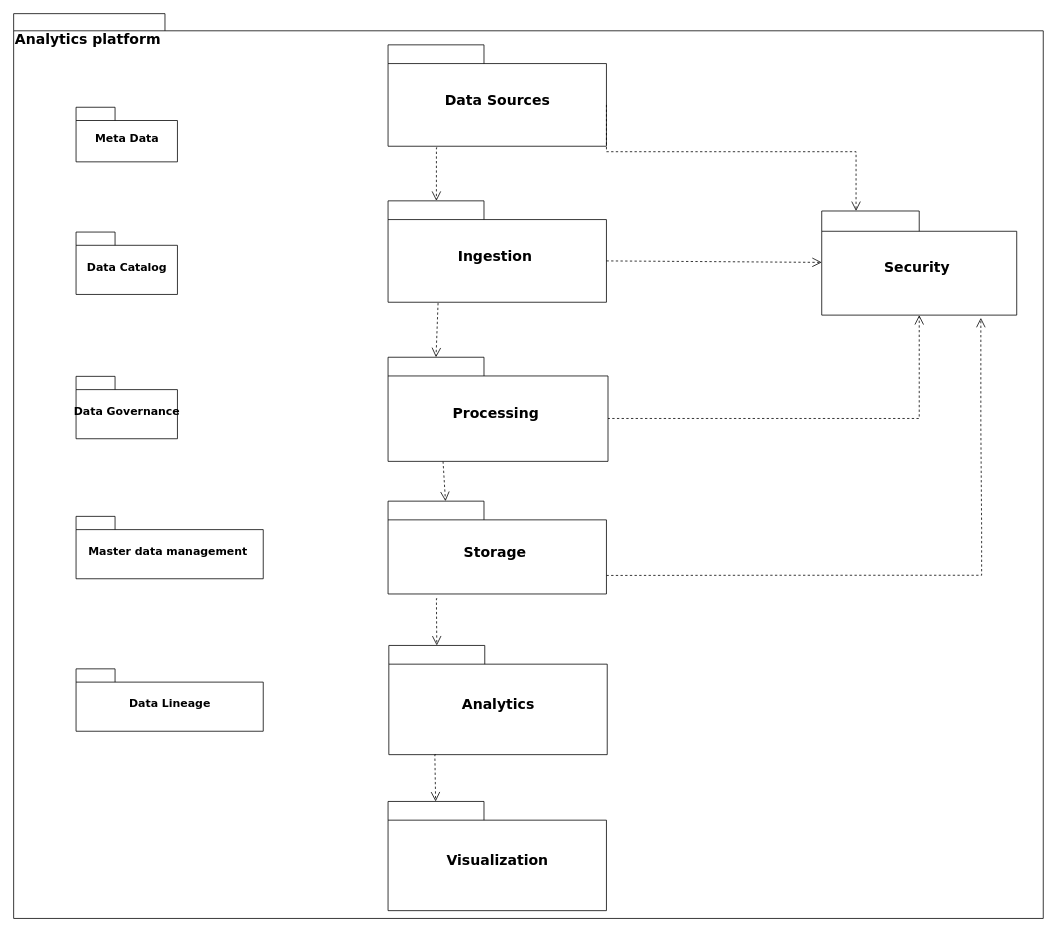
This is Capstone - TestGuru-Quizology.drawio from Swaraj-Bharti/softwarearchitectcert, a draw.io file, before an edit. Source tidied: cells renumbered, new cells numbered last; positions are measured from the earlier drawing's top-left corner, leaving out a move shared by most shapes. Both pictures are drawn from the tidied source at 78%, with x=0, y=0 at pixel (13, 13).
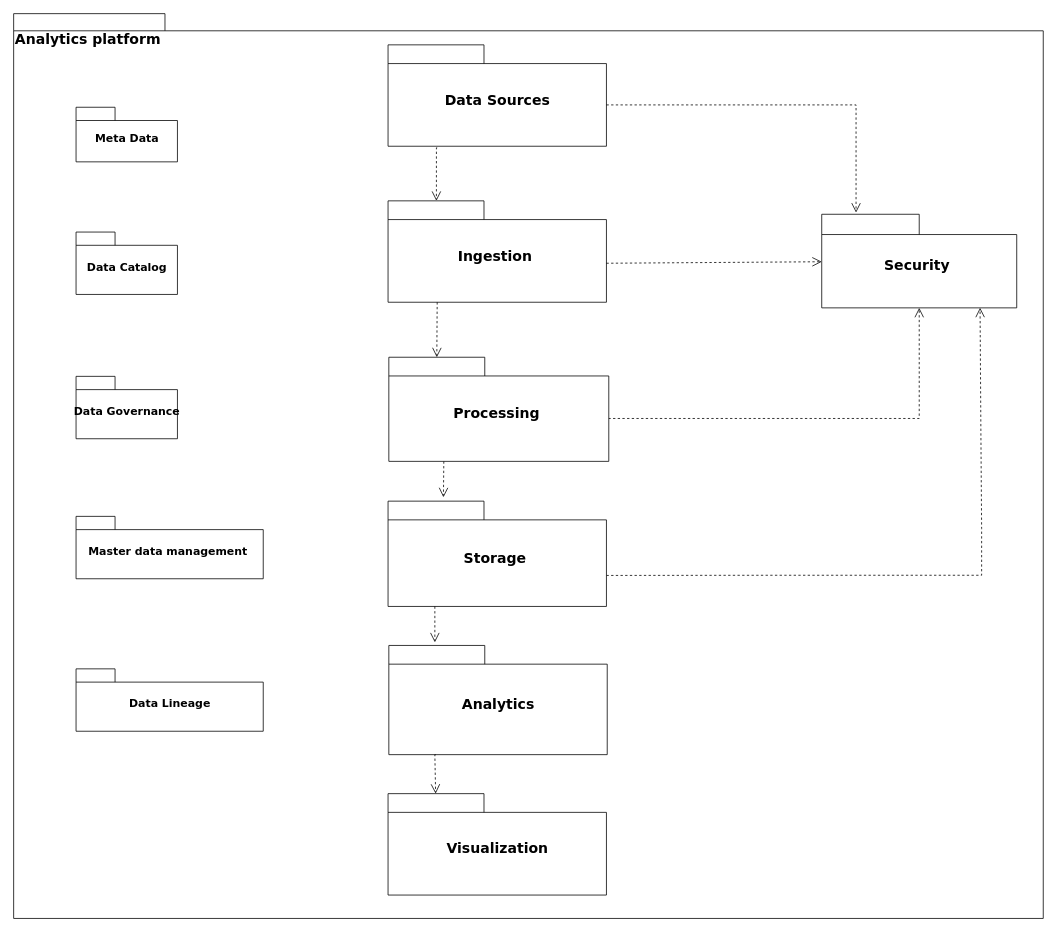
The same page after the edit.

The change refers to these unchanged cells:
```xml
<mxCell id="8" value="&lt;font style=&quot;font-size: 18px;&quot;&gt;Data Sources&lt;/font&gt;" style="shape=folder;fontStyle=1;spacingTop=10;tabWidth=123;tabHeight=24;tabPosition=left;html=1;rounded=0;shadow=0;comic=0;labelBackgroundColor=none;strokeWidth=1;fontFamily=Verdana;fontSize=10;align=center;" parent="7" vertex="1">
  <mxGeometry width="280" height="130" as="geometry" />
</mxCell>
<mxCell id="10" value="&lt;font style=&quot;font-size: 18px;&quot;&gt;Ingestion&amp;nbsp;&lt;/font&gt;" style="shape=folder;fontStyle=1;spacingTop=10;tabWidth=123;tabHeight=24;tabPosition=left;html=1;rounded=0;shadow=0;comic=0;labelBackgroundColor=none;strokeWidth=1;fontFamily=Verdana;fontSize=10;align=center;" parent="9" vertex="1">
  <mxGeometry width="280" height="130" as="geometry" />
</mxCell>
<mxCell id="24" value="&lt;font style=&quot;font-size: 18px;&quot;&gt;Analytics&lt;/font&gt;" style="shape=folder;fontStyle=1;spacingTop=10;tabWidth=123;tabHeight=24;tabPosition=left;html=1;rounded=0;shadow=0;comic=0;labelBackgroundColor=none;strokeWidth=1;fontFamily=Verdana;fontSize=10;align=center;" parent="1" vertex="1">
  <mxGeometry x="481" y="810" width="280" height="140" as="geometry" />
</mxCell>
```

Change to the diagram source:
```diff
@@
     <mxCell id="11" style="group;" parent="1" vertex="1">
-      <mxGeometry x="1036" y="304" width="250" height="133.5" as="geometry" />
+      <mxGeometry x="1036" y="303" width="250" height="120" as="geometry" />
     </mxCell>
     <mxCell id="12" style="group;" parent="11" vertex="1">
-      <mxGeometry y="-51" width="250" height="133.5" as="geometry" />
+      <mxGeometry y="-45.8" width="250" height="120" as="geometry" />
     </mxCell>
     <mxCell id="13" value="&lt;font style=&quot;font-size: 18px;&quot;&gt;Security&amp;nbsp;&lt;/font&gt;" style="shape=folder;fontStyle=1;spacingTop=10;tabWidth=125;tabHeight=26;tabPosition=left;html=1;rounded=0;shadow=0;comic=0;labelBackgroundColor=none;strokeWidth=1;fontFamily=Verdana;fontSize=10;align=center;" parent="12" vertex="1">
-      <mxGeometry width="250" height="133.5" as="geometry" />
+      <mxGeometry width="250" height="120" as="geometry" />
     </mxCell>
-    <mxCell id="14" style="edgeStyle=none;rounded=0;html=1;dashed=1;labelBackgroundColor=none;startFill=0;endArrow=open;endFill=0;endSize=10;fontFamily=Verdana;fontSize=10;exitX=0.25;exitY=1;exitDx=0;exitDy=0;exitPerimeter=0;entryX=0.263;entryY=0;entryDx=0;entryDy=0;entryPerimeter=0;" parent="1" edge="1" source="16" target="18">
-      <mxGeometry relative="1" as="geometry" />
+    <mxCell id="14" style="edgeStyle=none;rounded=0;html=1;dashed=1;labelBackgroundColor=none;startFill=0;endArrow=open;endFill=0;endSize=10;fontFamily=Verdana;fontSize=10;exitX=0.25;exitY=1;exitDx=0;exitDy=0;exitPerimeter=0;" parent="1" edge="1" source="16">
+      <mxGeometry relative="1" as="geometry">
+        <mxPoint x="551" y="620" as="targetPoint" />
+      </mxGeometry>
     </mxCell>
@@
     <mxCell id="16" value="&lt;font style=&quot;font-size: 18px;&quot;&gt;Processing&amp;nbsp;&lt;/font&gt;" style="shape=folder;fontStyle=1;spacingTop=10;tabWidth=123;tabHeight=24;tabPosition=left;html=1;rounded=0;shadow=0;comic=0;labelBackgroundColor=none;strokeColor=#000000;strokeWidth=1;fillColor=#ffffff;fontFamily=Verdana;fontSize=10;fontColor=#000000;align=center;" parent="1" vertex="1">
-      <mxGeometry x="480" y="440.5" width="282" height="133.5" as="geometry" />
+      <mxGeometry x="481" y="440.5" width="282" height="133.5" as="geometry" />
     </mxCell>
-    <mxCell id="17" style="edgeStyle=none;rounded=0;html=1;dashed=1;labelBackgroundColor=none;startFill=0;endArrow=open;endFill=0;endSize=10;fontFamily=Verdana;fontSize=10;exitX=0;exitY=0;exitDx=280;exitDy=95.25;exitPerimeter=0;" parent="1" edge="1" source="18">
+    <mxCell id="17" style="edgeStyle=none;rounded=0;html=1;dashed=1;labelBackgroundColor=none;startFill=0;endArrow=open;endFill=0;endSize=10;fontFamily=Verdana;fontSize=10;exitX=0;exitY=0;exitDx=280;exitDy=95.25;exitPerimeter=0;entryX=0.812;entryY=0.999;entryDx=0;entryDy=0;entryPerimeter=0;" parent="1" edge="1" source="18" target="13">
       <mxGeometry relative="1" as="geometry">
-        <mxPoint x="1240" y="390" as="targetPoint" />
         <Array as="points">
           <mxPoint x="981" y="720" />
           <mxPoint x="1201" y="720" />
           <mxPoint x="1241" y="720" />
           <mxPoint x="1241" y="660" />
           <mxPoint x="1240" y="530" />
         </Array>
       </mxGeometry>
     </mxCell>
     <mxCell id="18" value="&lt;font style=&quot;font-size: 18px;&quot;&gt;Storage&amp;nbsp;&lt;/font&gt;" style="shape=folder;fontStyle=1;spacingTop=10;tabWidth=123;tabHeight=24;tabPosition=left;html=1;rounded=0;shadow=0;comic=0;labelBackgroundColor=none;strokeWidth=1;fontFamily=Verdana;fontSize=10;align=center;" parent="1" vertex="1">
-      <mxGeometry x="480" y="625" width="280" height="119" as="geometry" />
+      <mxGeometry x="480" y="625" width="280" height="135" as="geometry" />
     </mxCell>
@@
-    <mxCell id="20" style="edgeStyle=none;rounded=0;html=1;dashed=1;labelBackgroundColor=none;startFill=0;endArrow=open;endFill=0;endSize=10;fontFamily=Verdana;fontSize=10;entryX=0;entryY=0;entryDx=61.5;entryDy=0;entryPerimeter=0;exitX=0.229;exitY=1.008;exitDx=0;exitDy=0;exitPerimeter=0;" parent="1" edge="1" source="10" target="16">
+    <mxCell id="20" style="edgeStyle=none;rounded=0;html=1;dashed=1;labelBackgroundColor=none;startFill=0;endArrow=open;endFill=0;endSize=10;fontFamily=Verdana;fontSize=10;entryX=0;entryY=0;entryDx=61.5;entryDy=0;entryPerimeter=0;exitX=0.225;exitY=1;exitDx=0;exitDy=0;exitPerimeter=0;" parent="1" edge="1" source="10" target="16">
       <mxGeometry relative="1" as="geometry" />
     </mxCell>
-    <mxCell id="21" style="edgeStyle=none;rounded=0;html=1;dashed=1;labelBackgroundColor=none;startFill=0;endArrow=open;endFill=0;endSize=10;fontFamily=Verdana;fontSize=10;exitX=0;exitY=0;exitDx=280;exitDy=77;exitPerimeter=0;" parent="1" edge="1" source="10" target="13">
-      <mxGeometry relative="1" as="geometry" />
+    <mxCell id="21" style="edgeStyle=none;rounded=0;html=1;dashed=1;labelBackgroundColor=none;startFill=0;endArrow=open;endFill=0;endSize=10;fontFamily=Verdana;fontSize=10;" parent="1" edge="1" target="13">
+      <mxGeometry relative="1" as="geometry">
+        <mxPoint x="760" y="320" as="sourcePoint" />
+      </mxGeometry>
     </mxCell>
-    <mxCell id="22" style="edgeStyle=orthogonalEdgeStyle;rounded=0;html=1;dashed=1;labelBackgroundColor=none;startFill=0;endArrow=open;endFill=0;endSize=10;fontFamily=Verdana;fontSize=10;exitX=0;exitY=0;exitDx=280;exitDy=77;exitPerimeter=0;" parent="1" edge="1" source="8">
+    <mxCell id="22" style="edgeStyle=orthogonalEdgeStyle;rounded=0;html=1;dashed=1;labelBackgroundColor=none;startFill=0;endArrow=open;endFill=0;endSize=10;fontFamily=Verdana;fontSize=10;exitX=0;exitY=0;exitDx=280;exitDy=77;exitPerimeter=0;entryX=0.176;entryY=-0.018;entryDx=0;entryDy=0;entryPerimeter=0;" parent="1" edge="1" source="8" target="13">
       <mxGeometry relative="1" as="geometry">
-        <mxPoint x="1080" y="253" as="targetPoint" />
         <Array as="points">
-          <mxPoint x="760" y="177" />
-          <mxPoint x="1080" y="177" />
-          <mxPoint x="1080" y="253" />
+          <mxPoint x="1080" y="117" />
         </Array>
       </mxGeometry>
     </mxCell>
@@
-    <mxCell id="25" style="edgeStyle=none;rounded=0;html=1;dashed=1;labelBackgroundColor=none;startFill=0;endArrow=open;endFill=0;endSize=10;fontFamily=Verdana;fontSize=10;entryX=0;entryY=0;entryDx=61.5;entryDy=0;entryPerimeter=0;" parent="1" edge="1" target="24">
-      <mxGeometry relative="1" as="geometry">
-        <mxPoint x="543" y="750" as="sourcePoint" />
-        <Array as="points">
-          <mxPoint x="542" y="750" />
-        </Array>
-      </mxGeometry>
-    </mxCell>
     <mxCell id="26" value="&lt;font style=&quot;font-size: 18px;&quot;&gt;Visualization&lt;/font&gt;" style="shape=folder;fontStyle=1;spacingTop=10;tabWidth=123;tabHeight=24;tabPosition=left;html=1;rounded=0;shadow=0;comic=0;labelBackgroundColor=none;strokeWidth=1;fontFamily=Verdana;fontSize=10;align=center;" parent="1" vertex="1">
-      <mxGeometry x="480" y="1010" width="280" height="140" as="geometry" />
+      <mxGeometry x="480" y="1000" width="280" height="130" as="geometry" />
     </mxCell>
-    <mxCell id="27" style="edgeStyle=none;rounded=0;html=1;dashed=1;labelBackgroundColor=none;startFill=0;endArrow=open;endFill=0;endSize=10;fontFamily=Verdana;fontSize=10;entryX=0;entryY=0;entryDx=61.5;entryDy=0;entryPerimeter=0;" parent="1" edge="1">
+    <mxCell id="27" style="edgeStyle=none;rounded=0;html=1;dashed=1;labelBackgroundColor=none;startFill=0;endArrow=open;endFill=0;endSize=10;fontFamily=Verdana;fontSize=10;" parent="1" edge="1">
       <mxGeometry relative="1" as="geometry">
         <mxPoint x="541" y="950" as="sourcePoint" />
-        <mxPoint x="541" y="1010" as="targetPoint" />
+        <mxPoint x="541" y="1000" as="targetPoint" />
         <Array as="points">
           <mxPoint x="540" y="950" />
         </Array>
       </mxGeometry>
     </mxCell>
@@
+    <mxCell id="34" style="edgeStyle=none;rounded=0;html=1;dashed=1;labelBackgroundColor=none;startFill=0;endArrow=open;endFill=0;endSize=10;fontFamily=Verdana;fontSize=10;exitX=0.25;exitY=1;exitDx=0;exitDy=0;exitPerimeter=0;" parent="1" edge="1">
+      <mxGeometry relative="1" as="geometry">
+        <mxPoint x="540" y="760" as="sourcePoint" />
+        <mxPoint x="540" y="806" as="targetPoint" />
+      </mxGeometry>
+    </mxCell>
```
